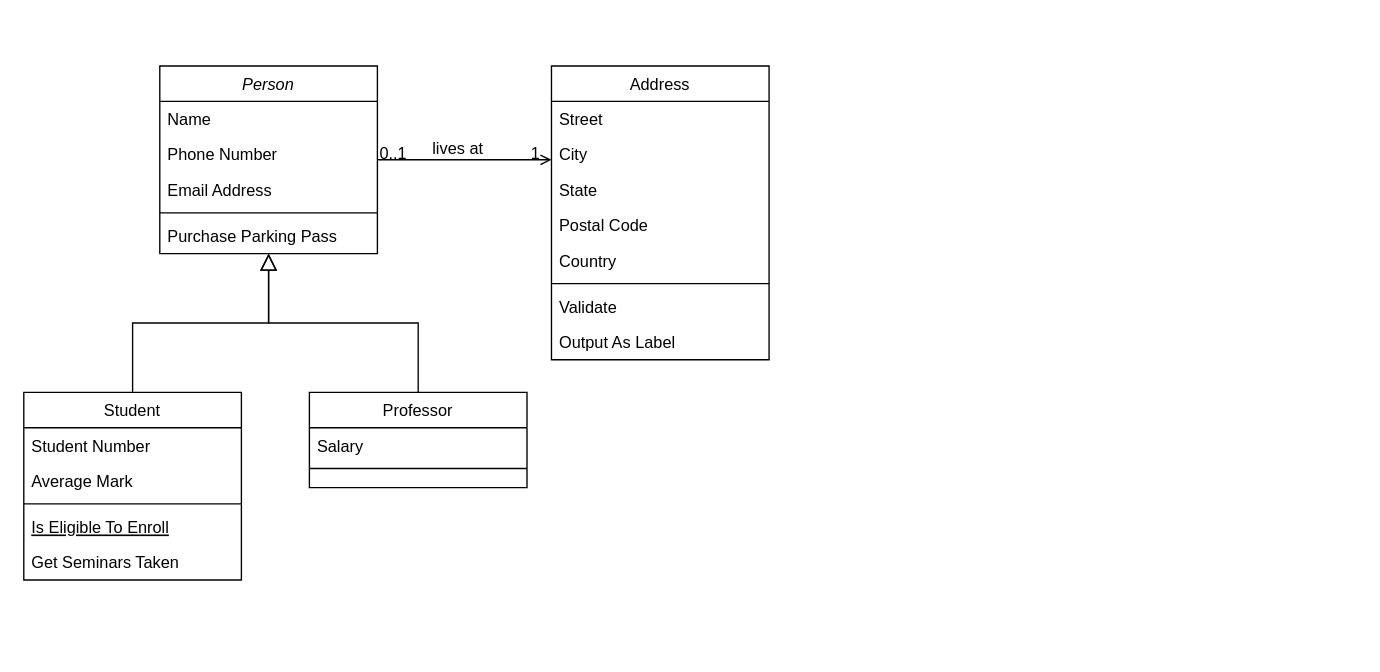
juliocesarmlk/TrabalhoPOO keeps this draw.io diagram as Diagrama sem nome.drawio. Above is the earlier version. Source tidied: cells renumbered, new cells numbered last; positions are measured from the earlier drawing's top-left corner, leaving out a move shared by most shapes. Both pictures are drawn from the tidied source at 136%, with x=0, y=0 at pixel (23, 65).
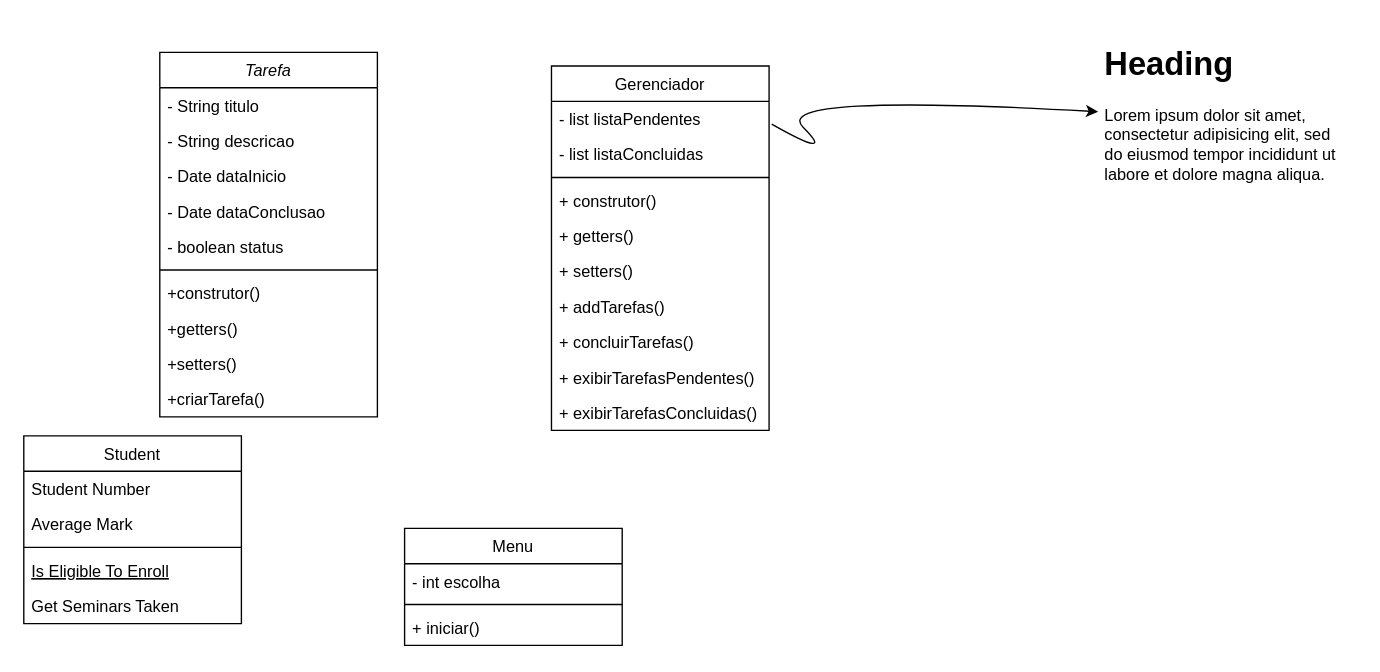
The same page after the edit.

Diff of the diagram source:
```diff
@@
-    <mxCell id="2" value="Person" style="swimlane;fontStyle=2;align=center;verticalAlign=top;horizontal=1;startSize=26;rounded=0;shadow=0;strokeWidth=1;" parent="1" vertex="1">
-      <mxGeometry x="100" width="160" height="138" as="geometry" />
+    <mxCell id="2" value="Tarefa" style="swimlane;fontStyle=2;align=center;verticalAlign=top;horizontal=1;startSize=26;rounded=0;shadow=0;strokeWidth=1;" parent="1" vertex="1">
+      <mxGeometry x="100" y="-10" width="160" height="268" as="geometry" />
     </mxCell>
-    <mxCell id="3" value="Name" style="text;align=left;verticalAlign=top;spacingLeft=4;spacingRight=4;overflow=hidden;" parent="2" vertex="1">
+    <mxCell id="3" value="- String titulo" style="text;align=left;verticalAlign=top;spacingLeft=4;spacingRight=4;overflow=hidden;" parent="2" vertex="1">
       <mxGeometry y="26" width="160" height="26" as="geometry" />
     </mxCell>
-    <mxCell id="4" value="Phone Number" style="text;align=left;verticalAlign=top;spacingLeft=4;spacingRight=4;overflow=hidden;rounded=0;shadow=0;html=0;" parent="2" vertex="1">
+    <mxCell id="4" value="- String descricao&#10;" style="text;align=left;verticalAlign=top;spacingLeft=4;spacingRight=4;overflow=hidden;rounded=0;shadow=0;html=0;" parent="2" vertex="1">
       <mxGeometry y="52" width="160" height="26" as="geometry" />
     </mxCell>
-    <mxCell id="5" value="Email Address" style="text;align=left;verticalAlign=top;spacingLeft=4;spacingRight=4;overflow=hidden;rounded=0;shadow=0;html=0;" parent="2" vertex="1">
+    <mxCell id="5" value="- Date dataInicio" style="text;align=left;verticalAlign=top;spacingLeft=4;spacingRight=4;overflow=hidden;rounded=0;shadow=0;html=0;" parent="2" vertex="1">
       <mxGeometry y="78" width="160" height="26" as="geometry" />
     </mxCell>
+    <mxCell id="32" value="- Date dataConclusao" style="text;align=left;verticalAlign=top;spacingLeft=4;spacingRight=4;overflow=hidden;rounded=0;shadow=0;html=0;" parent="2" vertex="1">
+      <mxGeometry y="104" width="160" height="26" as="geometry" />
+    </mxCell>
+    <mxCell id="33" value="- boolean status" style="text;align=left;verticalAlign=top;spacingLeft=4;spacingRight=4;overflow=hidden;rounded=0;shadow=0;html=0;" parent="2" vertex="1">
+      <mxGeometry y="130" width="160" height="26" as="geometry" />
+    </mxCell>
     <mxCell id="6" style="line;html=1;strokeWidth=1;align=left;verticalAlign=middle;spacingTop=-1;spacingLeft=3;spacingRight=3;labelPosition=right;" parent="2" vertex="1">
-      <mxGeometry y="104" width="160" height="8" as="geometry" />
+      <mxGeometry y="156" width="160" height="8" as="geometry" />
     </mxCell>
+    <mxCell id="34" value="+construtor()" style="text;align=left;verticalAlign=top;spacingLeft=4;spacingRight=4;overflow=hidden;" parent="2" vertex="1">
+      <mxGeometry y="164" width="160" height="26" as="geometry" />
+    </mxCell>
-    <mxCell id="7" value="Purchase Parking Pass" style="text;align=left;verticalAlign=top;spacingLeft=4;spacingRight=4;overflow=hidden;" parent="2" vertex="1">
-      <mxGeometry y="112" width="160" height="26" as="geometry" />
+    <mxCell id="7" value="+getters()" style="text;align=left;verticalAlign=top;spacingLeft=4;spacingRight=4;overflow=hidden;" parent="2" vertex="1">
+      <mxGeometry y="190" width="160" height="26" as="geometry" />
     </mxCell>
+    <mxCell id="35" value="+setters()" style="text;align=left;verticalAlign=top;spacingLeft=4;spacingRight=4;overflow=hidden;" parent="2" vertex="1">
+      <mxGeometry y="216" width="160" height="26" as="geometry" />
+    </mxCell>
+    <mxCell id="36" value="+criarTarefa()" style="text;align=left;verticalAlign=top;spacingLeft=4;spacingRight=4;overflow=hidden;" parent="2" vertex="1">
+      <mxGeometry y="242" width="160" height="26" as="geometry" />
+    </mxCell>
     <mxCell id="8" value="Student" style="swimlane;fontStyle=0;align=center;verticalAlign=top;horizontal=1;startSize=26;rounded=0;shadow=0;strokeWidth=1;" parent="1" vertex="1">
-      <mxGeometry y="240" width="160" height="138" as="geometry" />
+      <mxGeometry y="272" width="160" height="138" as="geometry" />
     </mxCell>
@@
-    <mxCell id="14" style="endArrow=block;endSize=10;endFill=0;shadow=0;strokeWidth=1;rounded=0;edgeStyle=elbowEdgeStyle;elbow=vertical;" parent="1" edge="1" source="8" target="2">
-      <mxGeometry relative="1" as="geometry" />
-    </mxCell>
-    <mxCell id="15" value="Professor" style="swimlane;fontStyle=0;align=center;verticalAlign=top;horizontal=1;startSize=26;rounded=0;shadow=0;strokeWidth=1;" parent="1" vertex="1">
-      <mxGeometry x="210" y="240" width="160" height="70" as="geometry" />
+    <mxCell id="15" value="Menu" style="swimlane;fontStyle=0;align=center;verticalAlign=top;horizontal=1;startSize=26;rounded=0;shadow=0;strokeWidth=1;" parent="1" vertex="1">
+      <mxGeometry x="280" y="340" width="160" height="86" as="geometry" />
     </mxCell>
-    <mxCell id="16" value="Salary" style="text;align=left;verticalAlign=top;spacingLeft=4;spacingRight=4;overflow=hidden;" parent="15" vertex="1">
+    <mxCell id="16" value="- int escolha" style="text;align=left;verticalAlign=top;spacingLeft=4;spacingRight=4;overflow=hidden;" parent="15" vertex="1">
       <mxGeometry y="26" width="160" height="26" as="geometry" />
     </mxCell>
@@
-    <mxCell id="18" style="endArrow=block;endSize=10;endFill=0;shadow=0;strokeWidth=1;rounded=0;edgeStyle=elbowEdgeStyle;elbow=vertical;" parent="1" edge="1" source="15" target="2">
-      <mxGeometry relative="1" as="geometry" />
-    </mxCell>
+    <mxCell id="37" value="+ iniciar()" style="text;align=left;verticalAlign=top;spacingLeft=4;spacingRight=4;overflow=hidden;" parent="15" vertex="1">
+      <mxGeometry y="60" width="160" height="26" as="geometry" />
+    </mxCell>
-    <mxCell id="19" value="Address" style="swimlane;fontStyle=0;align=center;verticalAlign=top;horizontal=1;startSize=26;rounded=0;shadow=0;strokeWidth=1;" parent="1" vertex="1">
-      <mxGeometry x="388" width="160" height="216" as="geometry" />
+    <mxCell id="19" value="Gerenciador" style="swimlane;fontStyle=0;align=center;verticalAlign=top;horizontal=1;startSize=26;rounded=0;shadow=0;strokeWidth=1;" parent="1" vertex="1">
+      <mxGeometry x="388" width="160" height="268" as="geometry" />
     </mxCell>
-    <mxCell id="20" value="Street" style="text;align=left;verticalAlign=top;spacingLeft=4;spacingRight=4;overflow=hidden;points=[[0,0.5],[1,0.5]];portConstraint=eastwest;" parent="19" vertex="1">
+    <mxCell id="20" value="- list listaPendentes" style="text;align=left;verticalAlign=top;spacingLeft=4;spacingRight=4;overflow=hidden;points=[[0,0.5],[1,0.5]];portConstraint=eastwest;" parent="19" vertex="1">
       <mxGeometry y="26" width="160" height="26" as="geometry" />
     </mxCell>
-    <mxCell id="21" value="City" style="text;align=left;verticalAlign=top;spacingLeft=4;spacingRight=4;overflow=hidden;rounded=0;shadow=0;html=0;" parent="19" vertex="1">
+    <mxCell id="21" value="- list listaConcluidas" style="text;align=left;verticalAlign=top;spacingLeft=4;spacingRight=4;overflow=hidden;rounded=0;shadow=0;html=0;" parent="19" vertex="1">
       <mxGeometry y="52" width="160" height="26" as="geometry" />
     </mxCell>
-    <mxCell id="22" value="State" style="text;align=left;verticalAlign=top;spacingLeft=4;spacingRight=4;overflow=hidden;rounded=0;shadow=0;html=0;" parent="19" vertex="1">
-      <mxGeometry y="78" width="160" height="26" as="geometry" />
-    </mxCell>
-    <mxCell id="23" value="Postal Code" style="text;align=left;verticalAlign=top;spacingLeft=4;spacingRight=4;overflow=hidden;rounded=0;shadow=0;html=0;" parent="19" vertex="1">
-      <mxGeometry y="104" width="160" height="26" as="geometry" />
-    </mxCell>
-    <mxCell id="24" value="Country" style="text;align=left;verticalAlign=top;spacingLeft=4;spacingRight=4;overflow=hidden;rounded=0;shadow=0;html=0;" parent="19" vertex="1">
-      <mxGeometry y="130" width="160" height="26" as="geometry" />
-    </mxCell>
     <mxCell id="25" style="line;html=1;strokeWidth=1;align=left;verticalAlign=middle;spacingTop=-1;spacingLeft=3;spacingRight=3;labelPosition=right;" parent="19" vertex="1">
-      <mxGeometry y="156" width="160" height="8" as="geometry" />
+      <mxGeometry y="78" width="160" height="8" as="geometry" />
     </mxCell>
+    <mxCell id="38" value="+ construtor()" style="text;align=left;verticalAlign=top;spacingLeft=4;spacingRight=4;overflow=hidden;" parent="19" vertex="1">
+      <mxGeometry y="86" width="160" height="26" as="geometry" />
+    </mxCell>
-    <mxCell id="26" value="Validate" style="text;align=left;verticalAlign=top;spacingLeft=4;spacingRight=4;overflow=hidden;" parent="19" vertex="1">
-      <mxGeometry y="164" width="160" height="26" as="geometry" />
+    <mxCell id="26" value="+ getters()" style="text;align=left;verticalAlign=top;spacingLeft=4;spacingRight=4;overflow=hidden;" parent="19" vertex="1">
+      <mxGeometry y="112" width="160" height="26" as="geometry" />
     </mxCell>
+    <mxCell id="39" value="+ setters()" style="text;align=left;verticalAlign=top;spacingLeft=4;spacingRight=4;overflow=hidden;" parent="19" vertex="1">
+      <mxGeometry y="138" width="160" height="26" as="geometry" />
+    </mxCell>
+    <mxCell id="40" value="+ addTarefas()" style="text;align=left;verticalAlign=top;spacingLeft=4;spacingRight=4;overflow=hidden;" parent="19" vertex="1">
+      <mxGeometry y="164" width="160" height="26" as="geometry" />
+    </mxCell>
+    <mxCell id="41" value="+ concluirTarefas()" style="text;align=left;verticalAlign=top;spacingLeft=4;spacingRight=4;overflow=hidden;" parent="19" vertex="1">
+      <mxGeometry y="190" width="160" height="26" as="geometry" />
+    </mxCell>
-    <mxCell id="27" value="Output As Label" style="text;align=left;verticalAlign=top;spacingLeft=4;spacingRight=4;overflow=hidden;" parent="19" vertex="1">
-      <mxGeometry y="190" width="160" height="26" as="geometry" />
+    <mxCell id="27" value="+ exibirTarefasPendentes()" style="text;align=left;verticalAlign=top;spacingLeft=4;spacingRight=4;overflow=hidden;" parent="19" vertex="1">
+      <mxGeometry y="216" width="160" height="26" as="geometry" />
     </mxCell>
-    <mxCell id="28" style="endArrow=open;shadow=0;strokeWidth=1;rounded=0;endFill=1;edgeStyle=elbowEdgeStyle;elbow=vertical;" parent="1" edge="1" source="2" target="19">
-      <mxGeometry x="0.5" y="41" relative="1" as="geometry">
-        <mxPoint x="-40" y="32" as="offset" />
-      </mxGeometry>
-    </mxCell>
-    <mxCell id="29" value="0..1" style="align=left;verticalAlign=bottom;labelBackgroundColor=none;fontSize=12;" parent="28" vertex="1">
-      <mxGeometry x="-1" relative="1" as="geometry">
-        <mxPoint y="4" as="offset" />
-      </mxGeometry>
-    </mxCell>
-    <mxCell id="30" value="1" style="align=right;verticalAlign=bottom;labelBackgroundColor=none;fontSize=12;" parent="28" vertex="1">
-      <mxGeometry x="1" relative="1" as="geometry">
-        <mxPoint x="-7" y="4" as="offset" />
-      </mxGeometry>
-    </mxCell>
-    <mxCell id="31" value="lives at" style="text;html=1;align=center;verticalAlign=middle;labelBackgroundColor=none;rounded=0;shadow=0;strokeWidth=1;fontSize=12;" parent="28" vertex="1">
-      <mxGeometry x="0.5" y="49" relative="1" as="geometry">
-        <mxPoint x="-38" y="40" as="offset" />
-      </mxGeometry>
-    </mxCell>
+    <mxCell id="42" value="+ exibirTarefasConcluidas()" style="text;align=left;verticalAlign=top;spacingLeft=4;spacingRight=4;overflow=hidden;" parent="19" vertex="1">
+      <mxGeometry y="242" width="160" height="26" as="geometry" />
+    </mxCell>
+    <mxCell id="43" value="&lt;h1&gt;Heading&lt;/h1&gt;&lt;p&gt;Lorem ipsum dolor sit amet, consectetur adipisicing elit, sed do eiusmod tempor incididunt ut labore et dolore magna aliqua.&lt;/p&gt;" style="text;html=1;strokeColor=none;fillColor=none;spacing=5;spacingTop=-20;whiteSpace=wrap;overflow=hidden;rounded=0;" parent="1" vertex="1">
+      <mxGeometry x="790" y="-21" width="190" height="120" as="geometry" />
+    </mxCell>
+    <mxCell id="44" style="curved=1;endArrow=classic;html=1;rounded=0;exitX=1.012;exitY=0.643;exitDx=0;exitDy=0;exitPerimeter=0;" parent="1" edge="1" source="20" target="43">
+      <mxGeometry relative="1" as="geometry">
+        <Array as="points">
+          <mxPoint x="598" y="70" />
+          <mxPoint x="548" y="20" />
+        </Array>
+      </mxGeometry>
+    </mxCell>
```
